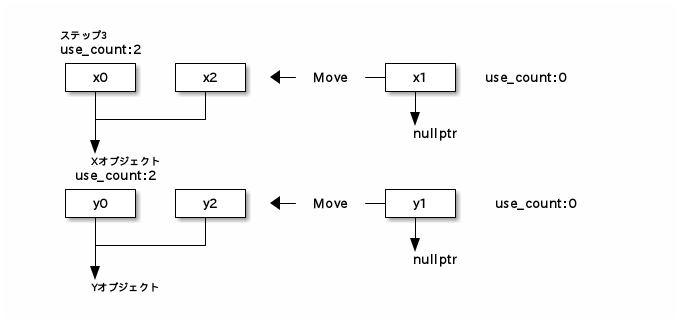
The PlantUML diagram plant_uml/shared_each_3.png in ichiroprogrammer/deep_cpp, before a commit. Its source is kept beside it as plant_uml/shared_each_3.pu. Its diagram source:
```plantuml
@startditaa
    ステップ3

    use_count꞉2
    +------+   +------+             +------+
    |  x0  |   |  x2  |  <-- Move --+  x1  | use_count꞉0
    +--+---+   +--+---+             +--+---+
       |          |                    |
       +----------+                    V
       |                              nullptr
       V
       Xオブジェクト

    use_count꞉2
    +------+   +------+             +------+
    |  y0  |   |  y2  |  <-- Move --+  y1  |  use_count꞉0
    +--+---+   +--+---+             +--+---+
       |          |                    |
       +----------+                    V
       |                              nullptr
       V
       Yオブジェクト

@endditaa
```
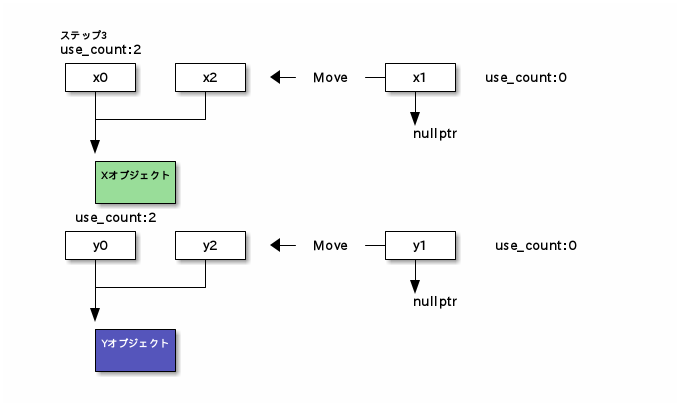
Above is the later version.

What changed in the source:
```diff
@@ -9,7 +9,10 @@
        +----------+                    V
        |                              nullptr
        V
-       Xオブジェクト
+       +-------+
+       |Xオブジェクト|
+       |cGRE   |
+       +-------+
 
     use_count꞉2
     +------+   +------+             +------+
@@ -19,6 +22,9 @@
        +----------+                    V
        |                              nullptr
        V
-       Yオブジェクト
+       +-------+
+       |Yオブジェクト|
+       |cBLU   |
+       +-------+
 
 @endditaa
```
